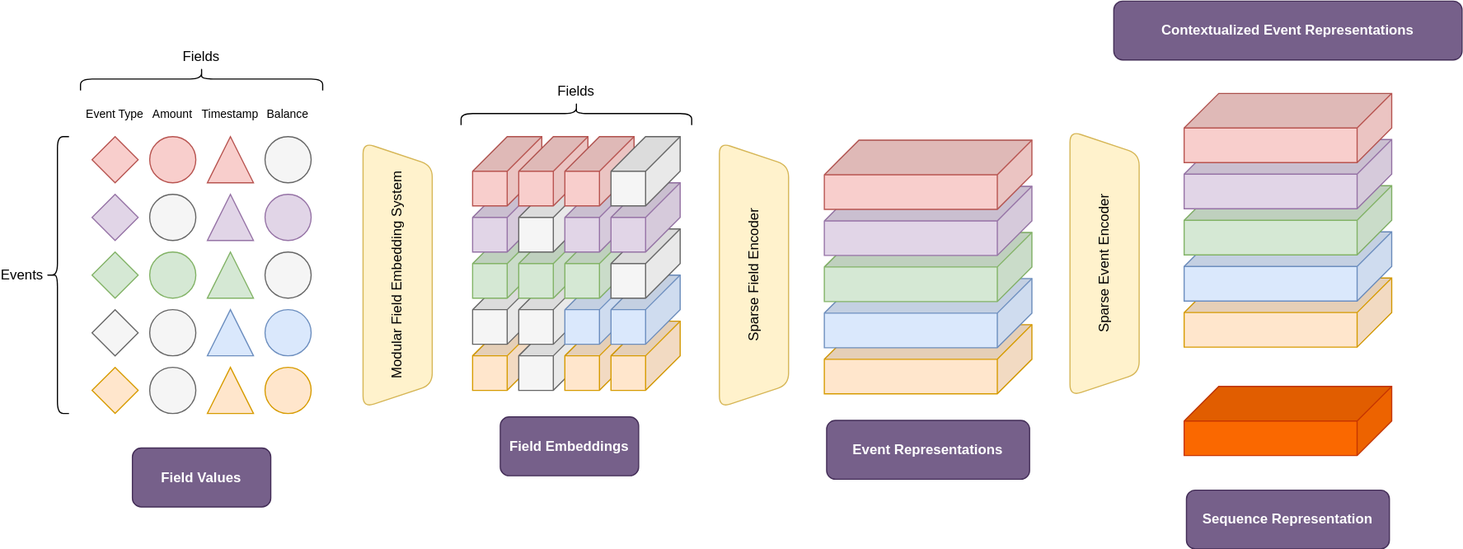
granthamtaylor/windmark keeps this draw.io diagram as docs/diagrams/architecture.drawio.svg. Above is the earlier version. Source tidied: cells renumbered, new cells last; positions are measured from the earlier drawing's top-left corner, leaving out a move shared by most shapes.
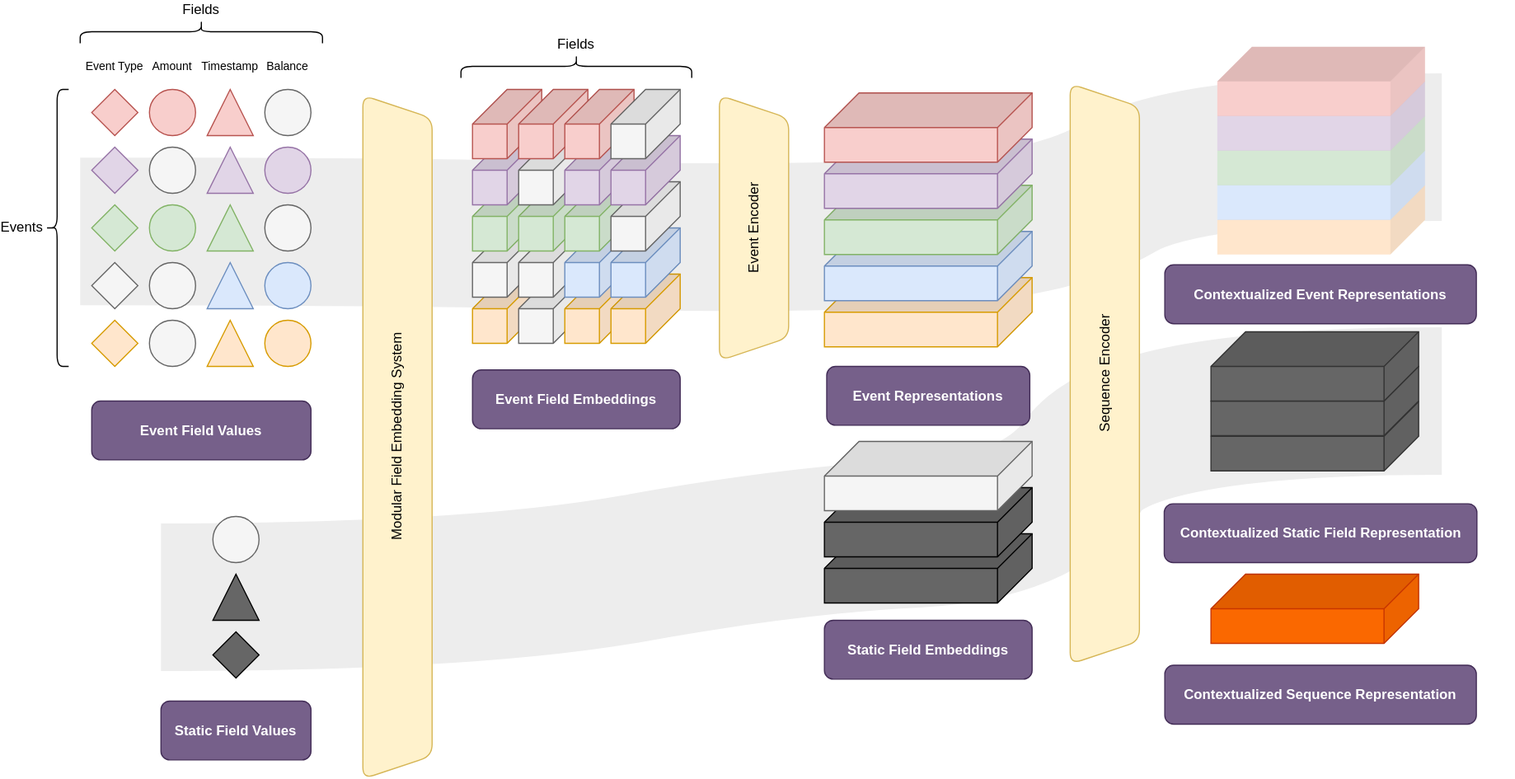
The same file after the commit.

The edit, as a diff of the source:
```diff
@@ -2,6 +2,33 @@
   <root>
     <mxCell id="0" />
     <mxCell id="1" parent="0" />
+    <mxCell id="68" style="curved=1;endArrow=none;html=1;strokeWidth=128;jumpStyle=none;endFill=0;strokeColor=#EDEDED;" parent="1" edge="1">
+      <mxGeometry relative="1" as="geometry">
+        <mxPoint x="30" y="241" as="sourcePoint" />
+        <mxPoint x="1210" y="168" as="targetPoint" />
+        <Array as="points">
+          <mxPoint x="300" y="241" />
+          <mxPoint x="620" y="248" />
+          <mxPoint x="870" y="238" />
+          <mxPoint x="990" y="168" />
+        </Array>
+      </mxGeometry>
+    </mxCell>
+    <mxCell id="69" style="curved=1;endArrow=none;html=1;strokeWidth=128;jumpStyle=none;endFill=0;strokeColor=#EDEDED;" parent="1" edge="1">
+      <mxGeometry relative="1" as="geometry">
+        <mxPoint x="100" y="558" as="sourcePoint" />
+        <mxPoint x="1210" y="388" as="targetPoint" />
+        <Array as="points">
+          <mxPoint x="370" y="558" />
+          <mxPoint x="650" y="508" />
+          <mxPoint x="860" y="498" />
+          <mxPoint x="940" y="388" />
+        </Array>
+      </mxGeometry>
+    </mxCell>
+    <mxCell id="70" style="shape=cube;whiteSpace=wrap;html=1;boundedLbl=1;backgroundOutline=1;darkOpacity=0.05;darkOpacity2=0.1;rounded=1;rotation=90;size=30;fontFamily=Arial;fillColor=#666666;strokeColor=#333333;strokeWidth=1;" parent="1" vertex="1">
+      <mxGeometry x="1070" y="328.5" width="60" height="180" as="geometry" />
+    </mxCell>
     <mxCell id="2" style="shape=cube;whiteSpace=wrap;html=1;boundedLbl=1;backgroundOutline=1;darkOpacity=0.05;darkOpacity2=0.1;rounded=1;rotation=90;size=30;fillColor=#ffe6cc;strokeColor=#d79b00;fontFamily=Arial;" parent="1" vertex="1">
       <mxGeometry x="370" y="278" width="60" height="60" as="geometry" />
     </mxCell>
@@ -63,7 +90,7 @@
       <mxGeometry x="90" y="318" width="40" height="40" as="geometry" />
     </mxCell>
     <mxCell id="22" value="Modular Field Embedding System" style="shape=trapezoid;perimeter=trapezoidPerimeter;whiteSpace=wrap;html=1;fixedSize=1;rounded=1;flipH=0;flipV=1;fillColor=#fff2cc;strokeColor=#d6b656;rotation=-90;fontFamily=Arial;" parent="1" vertex="1">
-      <mxGeometry x="190" y="208" width="230" height="60" as="geometry" />
+      <mxGeometry x="8.8" y="389.2" width="592.5" height="60" as="geometry" />
     </mxCell>
     <mxCell id="23" style="rhombus;whiteSpace=wrap;html=1;fillColor=#f5f5f5;strokeColor=#666666;fontColor=#333333;fontFamily=Arial;" parent="1" vertex="1">
       <mxGeometry x="40" y="268" width="40" height="40" as="geometry" />
@@ -125,7 +152,7 @@
     <mxCell id="42" style="shape=cube;whiteSpace=wrap;html=1;boundedLbl=1;backgroundOutline=1;darkOpacity=0.05;darkOpacity2=0.1;rounded=1;rotation=90;size=30;fillColor=#f5f5f5;strokeColor=#666666;fontColor=#333333;fontFamily=Arial;" parent="1" vertex="1">
       <mxGeometry x="490" y="118" width="60" height="60" as="geometry" />
     </mxCell>
-    <mxCell id="43" value="Sparse Field Encoder" style="shape=trapezoid;perimeter=trapezoidPerimeter;whiteSpace=wrap;html=1;fixedSize=1;rounded=1;flipH=0;flipV=1;fillColor=#fff2cc;strokeColor=#d6b656;rotation=-90;fontFamily=Arial;" parent="1" vertex="1">
+    <mxCell id="43" value="Event Encoder" style="shape=trapezoid;perimeter=trapezoidPerimeter;whiteSpace=wrap;html=1;fixedSize=1;rounded=1;flipH=0;flipV=1;fillColor=#fff2cc;strokeColor=#d6b656;rotation=-90;fontFamily=Arial;" parent="1" vertex="1">
       <mxGeometry x="499" y="208" width="230" height="60" as="geometry" />
     </mxCell>
     <mxCell id="44" style="shape=cube;whiteSpace=wrap;html=1;boundedLbl=1;backgroundOutline=1;darkOpacity=0.05;darkOpacity2=0.1;rounded=1;rotation=90;size=30;fillColor=#ffe6cc;strokeColor=#d79b00;fontFamily=Arial;" parent="1" vertex="1">
@@ -143,8 +170,8 @@
     <mxCell id="48" style="shape=cube;whiteSpace=wrap;html=1;boundedLbl=1;backgroundOutline=1;darkOpacity=0.05;darkOpacity2=0.1;rounded=1;rotation=90;size=30;fillColor=#f8cecc;strokeColor=#b85450;fontFamily=Arial;" parent="1" vertex="1">
       <mxGeometry x="735" y="61" width="60" height="180" as="geometry" />
     </mxCell>
-    <mxCell id="49" value="Sparse Event Encoder" style="shape=trapezoid;perimeter=trapezoidPerimeter;whiteSpace=wrap;html=1;fixedSize=1;rounded=1;flipH=0;flipV=1;fillColor=#fff2cc;strokeColor=#d6b656;rotation=-90;fontFamily=Arial;" parent="1" vertex="1">
-      <mxGeometry x="803" y="198" width="230" height="60" as="geometry" />
+    <mxCell id="49" value="Sequence Encoder" style="shape=trapezoid;perimeter=trapezoidPerimeter;whiteSpace=wrap;html=1;fixedSize=1;rounded=1;flipH=0;flipV=1;fillColor=#fff2cc;strokeColor=#d6b656;rotation=-90;fontFamily=Arial;" parent="1" vertex="1">
+      <mxGeometry x="666.5" y="334.5" width="503" height="60" as="geometry" />
     </mxCell>
     <mxCell id="50" value="Events" style="shape=curlyBracket;whiteSpace=wrap;html=1;rounded=1;flipH=0;labelPosition=left;verticalLabelPosition=middle;align=right;verticalAlign=middle;fontFamily=Arial;" parent="1" vertex="1">
       <mxGeometry y="118" width="20" height="240" as="geometry" />
@@ -167,38 +194,71 @@
     <mxCell id="56" value="Fields" style="shape=curlyBracket;whiteSpace=wrap;html=1;rounded=1;flipH=1;labelPosition=center;verticalLabelPosition=top;align=center;verticalAlign=bottom;direction=south;fontFamily=Arial;" parent="1" vertex="1">
       <mxGeometry x="360" y="88" width="200" height="20" as="geometry" />
     </mxCell>
-    <mxCell id="57" value="Field Embeddings" style="whiteSpace=wrap;html=1;fontStyle=1;rounded=1;fillColor=#76608a;fontColor=#ffffff;strokeColor=#432D57;fontFamily=Arial;" parent="1" vertex="1">
-      <mxGeometry x="394" y="361" width="120" height="51" as="geometry" />
+    <mxCell id="57" value="Event Field Embeddings" style="whiteSpace=wrap;html=1;fontStyle=1;rounded=1;fillColor=#76608a;fontColor=#ffffff;strokeColor=#432D57;fontFamily=Arial;" parent="1" vertex="1">
+      <mxGeometry x="370" y="361" width="180" height="51" as="geometry" />
     </mxCell>
     <mxCell id="58" value="Event Representations" style="whiteSpace=wrap;html=1;fontStyle=1;rounded=1;fillColor=#76608a;fontColor=#ffffff;strokeColor=#432D57;fontFamily=Arial;" parent="1" vertex="1">
-      <mxGeometry x="677" y="364" width="176" height="51" as="geometry" />
+      <mxGeometry x="677" y="358" width="176" height="51" as="geometry" />
     </mxCell>
-    <mxCell id="59" value="Sequence Representation" style="whiteSpace=wrap;html=1;fontStyle=1;rounded=1;fillColor=#76608a;fontColor=#ffffff;strokeColor=#432D57;fontFamily=Arial;" parent="1" vertex="1">
-      <mxGeometry x="989" y="424.5" width="176" height="51" as="geometry" />
+    <mxCell id="59" value="Contextualized Sequence Representation" style="whiteSpace=wrap;html=1;fontStyle=1;rounded=1;fillColor=#76608a;fontColor=#ffffff;strokeColor=#432D57;fontFamily=Arial;" parent="1" vertex="1">
+      <mxGeometry x="970" y="617" width="270" height="51" as="geometry" />
     </mxCell>
-    <mxCell id="60" value="Field Values" style="whiteSpace=wrap;html=1;fontStyle=1;rounded=1;fillColor=#76608a;fontColor=#ffffff;strokeColor=#432D57;fontFamily=Arial;" parent="1" vertex="1">
-      <mxGeometry x="75" y="388" width="120" height="51" as="geometry" />
+    <mxCell id="60" value="Event Field Values" style="whiteSpace=wrap;html=1;fontStyle=1;rounded=1;fillColor=#76608a;fontColor=#ffffff;strokeColor=#432D57;fontFamily=Arial;" parent="1" vertex="1">
+      <mxGeometry x="40" y="388" width="190" height="51" as="geometry" />
     </mxCell>
     <mxCell id="61" style="shape=cube;whiteSpace=wrap;html=1;boundedLbl=1;backgroundOutline=1;darkOpacity=0.05;darkOpacity2=0.1;rounded=1;rotation=90;size=30;fillColor=#fa6800;strokeColor=#C73500;fontColor=#000000;fontFamily=Arial;" parent="1" vertex="1">
-      <mxGeometry x="1047" y="274.5" width="60" height="180" as="geometry" />
+      <mxGeometry x="1070" y="478" width="60" height="180" as="geometry" />
     </mxCell>
-    <mxCell id="62" style="shape=cube;whiteSpace=wrap;html=1;boundedLbl=1;backgroundOutline=1;darkOpacity=0.05;darkOpacity2=0.1;rounded=1;rotation=90;size=30;fillColor=#ffe6cc;strokeColor=#d79b00;fontFamily=Arial;" parent="1" vertex="1">
-      <mxGeometry x="1047" y="180.5" width="60" height="180" as="geometry" />
+    <mxCell id="62" style="shape=cube;whiteSpace=wrap;html=1;boundedLbl=1;backgroundOutline=1;darkOpacity=0.05;darkOpacity2=0.1;rounded=1;rotation=90;size=30;fillColor=#ffe6cc;strokeColor=none;fontFamily=Arial;" parent="1" vertex="1">
+      <mxGeometry x="1075.5" y="141" width="60" height="180" as="geometry" />
     </mxCell>
-    <mxCell id="63" style="shape=cube;whiteSpace=wrap;html=1;boundedLbl=1;backgroundOutline=1;darkOpacity=0.05;darkOpacity2=0.1;rounded=1;rotation=90;size=30;fillColor=#dae8fc;strokeColor=#6c8ebf;fontFamily=Arial;" parent="1" vertex="1">
-      <mxGeometry x="1047" y="140.5" width="60" height="180" as="geometry" />
+    <mxCell id="63" style="shape=cube;whiteSpace=wrap;html=1;boundedLbl=1;backgroundOutline=1;darkOpacity=0.05;darkOpacity2=0.1;rounded=1;rotation=90;size=30;fillColor=#dae8fc;strokeColor=none;fontFamily=Arial;" parent="1" vertex="1">
+      <mxGeometry x="1075.5" y="111" width="60" height="180" as="geometry" />
     </mxCell>
-    <mxCell id="64" style="shape=cube;whiteSpace=wrap;html=1;boundedLbl=1;backgroundOutline=1;darkOpacity=0.05;darkOpacity2=0.1;rounded=1;rotation=90;size=30;fillColor=#d5e8d4;strokeColor=#82b366;fontFamily=Arial;" parent="1" vertex="1">
-      <mxGeometry x="1047" y="100.5" width="60" height="180" as="geometry" />
+    <mxCell id="64" style="shape=cube;whiteSpace=wrap;html=1;boundedLbl=1;backgroundOutline=1;darkOpacity=0.05;darkOpacity2=0.1;rounded=1;rotation=90;size=30;fillColor=#d5e8d4;strokeColor=none;fontFamily=Arial;" parent="1" vertex="1">
+      <mxGeometry x="1075.5" y="81" width="60" height="180" as="geometry" />
     </mxCell>
-    <mxCell id="65" style="shape=cube;whiteSpace=wrap;html=1;boundedLbl=1;backgroundOutline=1;darkOpacity=0.05;darkOpacity2=0.1;rounded=1;rotation=90;size=30;fillColor=#e1d5e7;strokeColor=#9673a6;fontFamily=Arial;" parent="1" vertex="1">
-      <mxGeometry x="1047" y="60.5" width="60" height="180" as="geometry" />
+    <mxCell id="65" style="shape=cube;whiteSpace=wrap;html=1;boundedLbl=1;backgroundOutline=1;darkOpacity=0.05;darkOpacity2=0.1;rounded=1;rotation=90;size=30;fillColor=#e1d5e7;strokeColor=none;fontFamily=Arial;" parent="1" vertex="1">
+      <mxGeometry x="1075.5" y="51" width="60" height="180" as="geometry" />
     </mxCell>
-    <mxCell id="66" style="shape=cube;whiteSpace=wrap;html=1;boundedLbl=1;backgroundOutline=1;darkOpacity=0.05;darkOpacity2=0.1;rounded=1;rotation=90;size=30;fillColor=#f8cecc;strokeColor=#b85450;fontFamily=Arial;" parent="1" vertex="1">
-      <mxGeometry x="1047" y="20.5" width="60" height="180" as="geometry" />
+    <mxCell id="66" style="shape=cube;whiteSpace=wrap;html=1;boundedLbl=1;backgroundOutline=1;darkOpacity=0.05;darkOpacity2=0.1;rounded=1;rotation=90;size=30;fillColor=#f8cecc;strokeColor=none;fontFamily=Arial;" parent="1" vertex="1">
+      <mxGeometry x="1075.5" y="21" width="60" height="180" as="geometry" />
     </mxCell>
     <mxCell id="67" value="Contextualized Event Representations" style="whiteSpace=wrap;html=1;fontStyle=1;rounded=1;fillColor=#76608a;fontColor=#ffffff;strokeColor=#432D57;fontFamily=Arial;" parent="1" vertex="1">
-      <mxGeometry x="926" y="0.5" width="302" height="51" as="geometry" />
+      <mxGeometry x="970" y="270" width="270" height="51" as="geometry" />
     </mxCell>
+    <mxCell id="71" style="rhombus;whiteSpace=wrap;html=1;fontFamily=Arial;fillColor=#666666;" parent="1" vertex="1">
+      <mxGeometry x="145" y="588" width="40" height="40" as="geometry" />
+    </mxCell>
+    <mxCell id="72" style="triangle;whiteSpace=wrap;html=1;rotation=-90;fontFamily=Arial;fillColor=#666666;" parent="1" vertex="1">
+      <mxGeometry x="145" y="538" width="40" height="40" as="geometry" />
+    </mxCell>
+    <mxCell id="73" style="ellipse;whiteSpace=wrap;html=1;fillColor=#f5f5f5;strokeColor=#666666;fontColor=#333333;fontFamily=Arial;" parent="1" vertex="1">
+      <mxGeometry x="145" y="488" width="40" height="40" as="geometry" />
+    </mxCell>
+    <mxCell id="74" value="Static Field Values" style="whiteSpace=wrap;html=1;fontStyle=1;rounded=1;fillColor=#76608a;fontColor=#ffffff;strokeColor=#432D57;fontFamily=Arial;" parent="1" vertex="1">
+      <mxGeometry x="100" y="648" width="130" height="51" as="geometry" />
+    </mxCell>
+    <mxCell id="75" value="Static Field Embeddings" style="whiteSpace=wrap;html=1;fontStyle=1;rounded=1;fillColor=#76608a;fontColor=#ffffff;strokeColor=#432D57;fontFamily=Arial;" parent="1" vertex="1">
+      <mxGeometry x="675" y="578" width="180" height="51" as="geometry" />
+    </mxCell>
+    <mxCell id="76" style="shape=cube;whiteSpace=wrap;html=1;boundedLbl=1;backgroundOutline=1;darkOpacity=0.05;darkOpacity2=0.1;rounded=1;rotation=90;size=30;fontFamily=Arial;fillColor=#666666;" parent="1" vertex="1">
+      <mxGeometry x="735" y="443" width="60" height="180" as="geometry" />
+    </mxCell>
+    <mxCell id="77" style="shape=cube;whiteSpace=wrap;html=1;boundedLbl=1;backgroundOutline=1;darkOpacity=0.05;darkOpacity2=0.1;rounded=1;rotation=90;size=30;fontFamily=Arial;fillColor=#666666;" parent="1" vertex="1">
+      <mxGeometry x="735" y="403" width="60" height="180" as="geometry" />
+    </mxCell>
+    <mxCell id="78" style="shape=cube;whiteSpace=wrap;html=1;boundedLbl=1;backgroundOutline=1;darkOpacity=0.05;darkOpacity2=0.1;rounded=1;rotation=90;size=30;fillColor=#f5f5f5;strokeColor=#666666;fontFamily=Arial;fontColor=#333333;" parent="1" vertex="1">
+      <mxGeometry x="735" y="363" width="60" height="180" as="geometry" />
+    </mxCell>
+    <mxCell id="79" style="shape=cube;whiteSpace=wrap;html=1;boundedLbl=1;backgroundOutline=1;darkOpacity=0.05;darkOpacity2=0.1;rounded=1;rotation=90;size=30;fontFamily=Arial;fillColor=#666666;strokeColor=#333333;strokeWidth=1;" parent="1" vertex="1">
+      <mxGeometry x="1070" y="298" width="60" height="180" as="geometry" />
+    </mxCell>
+    <mxCell id="80" style="shape=cube;whiteSpace=wrap;html=1;boundedLbl=1;backgroundOutline=1;darkOpacity=0.05;darkOpacity2=0.1;rounded=1;rotation=90;size=30;fontFamily=Arial;fillColor=#666666;strokeColor=#333333;strokeWidth=1;" parent="1" vertex="1">
+      <mxGeometry x="1070" y="268" width="60" height="180" as="geometry" />
+    </mxCell>
+    <mxCell id="81" value="Contextualized Static Field Representation" style="whiteSpace=wrap;html=1;fontStyle=1;rounded=1;fillColor=#76608a;fontColor=#ffffff;strokeColor=#432D57;fontFamily=Arial;" parent="1" vertex="1">
+      <mxGeometry x="969.5" y="477" width="271" height="51" as="geometry" />
+    </mxCell>
   </root>
 </mxGraphModel>
```
